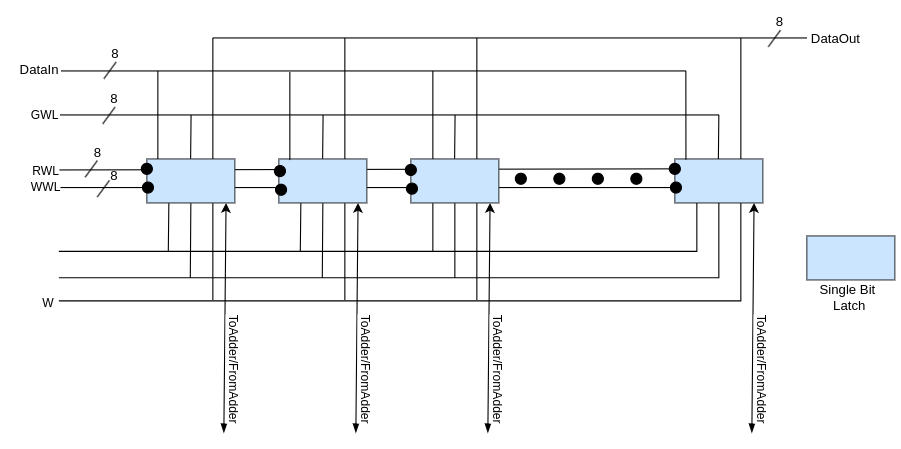
Muslim-314/CONV-ENGINE keeps this draw.io diagram as Schemetics/Memory_Array.png. Above is the earlier version. Source tidied: cells renumbered, new cells last; positions are measured from the earlier drawing's top-left corner, leaving out a move shared by most shapes.
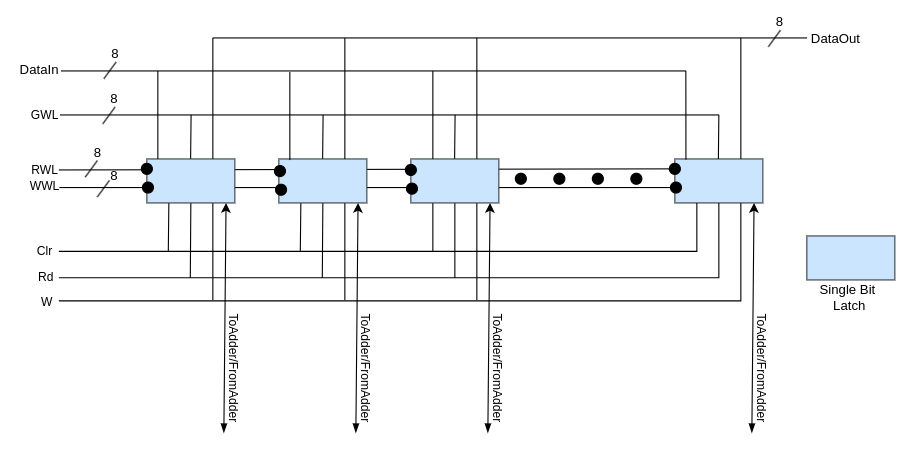
After the commit.

Change to the diagram source:
```diff
@@ -347,5 +347,15 @@
     <mxCell id="72" value="Single Bit&amp;nbsp;&lt;div&gt;Latch&lt;/div&gt;" style="text;html=1;align=center;verticalAlign=middle;whiteSpace=wrap;rounded=0;" parent="1" vertex="1">
       <mxGeometry x="737" y="250" width="60" height="30" as="geometry" />
     </mxCell>
+    <mxCell id="73" value="Rd" style="edgeLabel;html=1;align=center;verticalAlign=middle;" parent="1" vertex="1">
+      <mxGeometry x="48" y="252" as="geometry">
+        <mxPoint x="-12" y="-6" as="offset" />
+      </mxGeometry>
+    </mxCell>
+    <mxCell id="74" value="Clr" style="edgeLabel;html=1;align=center;verticalAlign=middle;" parent="1" vertex="1">
+      <mxGeometry x="47" y="229" as="geometry">
+        <mxPoint x="-12" y="-6" as="offset" />
+      </mxGeometry>
+    </mxCell>
   </root>
 </mxGraphModel>
```
